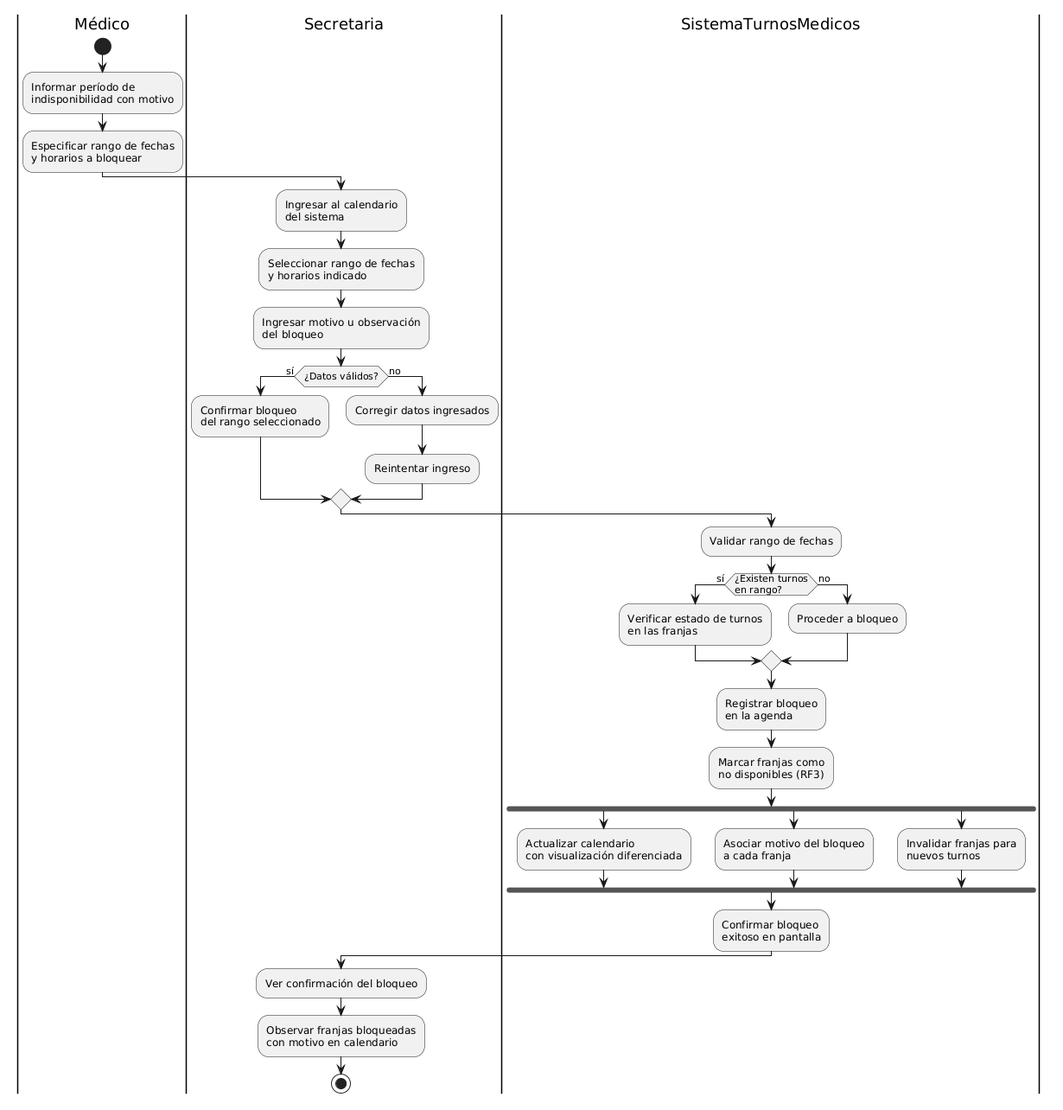
angelgc9107-lgtm/SistemaTurnosMedicos_GP6 keeps this PlantUML diagram as diagramas/04-diagramas-actividades/04-actividad-bloquear-horarios-04.png. Above is the earlier version. Its diagram source:
```plantuml
@startuml
|Médico|
start
:Informar período de\nindisponibilidad con motivo;
:Especificar rango de fechas\ny horarios a bloquear;

|Secretaria|
:Ingresar al calendario\ndel sistema;
:Seleccionar rango de fechas\ny horarios indicado;
:Ingresar motivo u observación\ndel bloqueo;

if (¿Datos válidos?) then (sí)
    :Confirmar bloqueo\ndel rango seleccionado;
else (no)
    :Corregir datos ingresados;
    :Reintentar ingreso;
endif

|SistemaTurnosMedicos|
:Validar rango de fechas;

if (¿Existen turnos\nen rango?) then (sí)
    :Verificar estado de turnos\nen las franjas;
else (no)
    :Proceder a bloqueo;
endif

:Registrar bloqueo\nen la agenda;
:Marcar franjas como\nno disponibles (RF3);

fork
    :Actualizar calendario\ncon visualización diferenciada;
fork again
    :Asociar motivo del bloqueo\na cada franja;
fork again
    :Invalidar franjas para\nnuevos turnos;
endfork

:Confirmar bloqueo\nexitoso en pantalla;

|Secretaria|
:Ver confirmación del bloqueo;
:Observar franjas bloqueadas\ncon motivo en calendario;

stop
@enduml
```
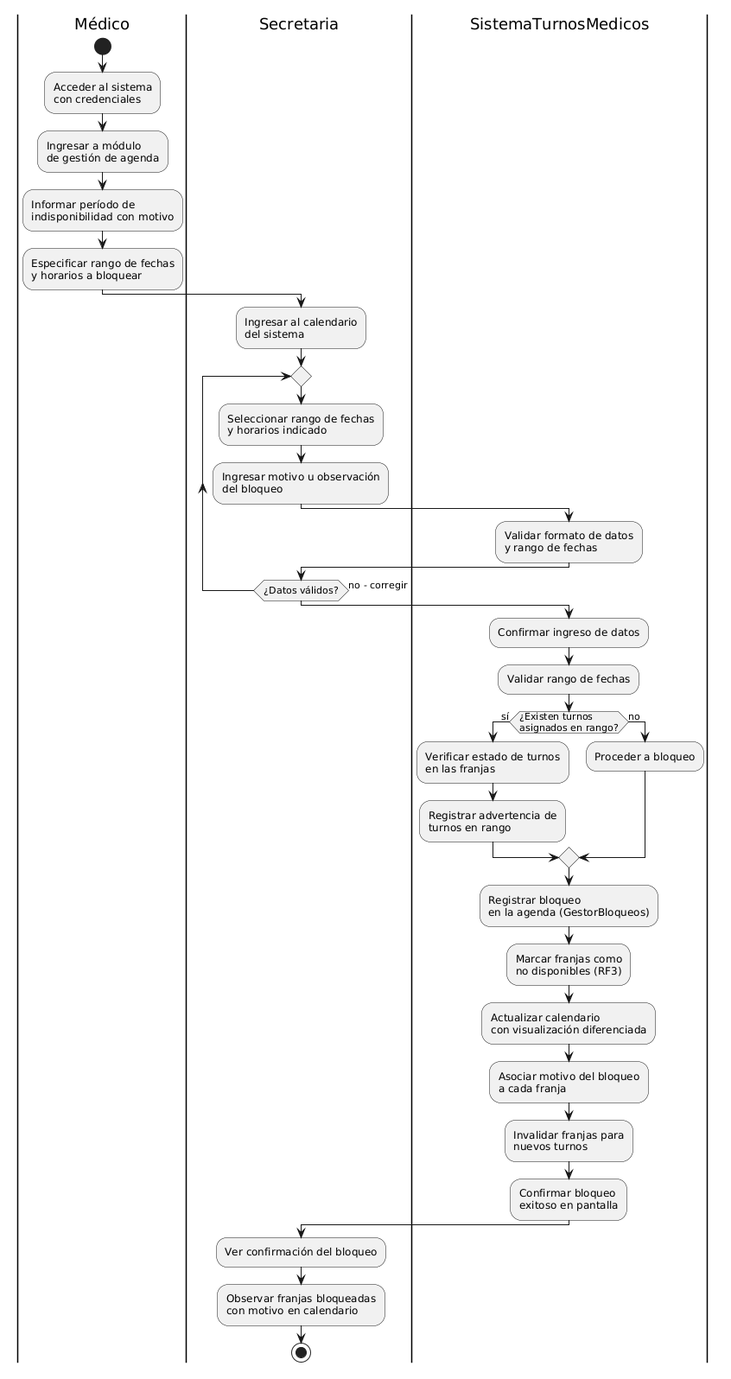
After the change.

The edit, as a diff of the source:
```diff
@@ -1,40 +1,40 @@
 @startuml
 |Médico|
 start
+:Acceder al sistema\ncon credenciales;
+:Ingresar a módulo\nde gestión de agenda;
 :Informar período de\nindisponibilidad con motivo;
 :Especificar rango de fechas\ny horarios a bloquear;
 
 |Secretaria|
 :Ingresar al calendario\ndel sistema;
-:Seleccionar rango de fechas\ny horarios indicado;
-:Ingresar motivo u observación\ndel bloqueo;
 
-if (¿Datos válidos?) then (sí)
-    :Confirmar bloqueo\ndel rango seleccionado;
-else (no)
-    :Corregir datos ingresados;
-    :Reintentar ingreso;
-endif
+repeat
+    :Seleccionar rango de fechas\ny horarios indicado;
+    :Ingresar motivo u observación\ndel bloqueo;
+
+    |SistemaTurnosMedicos|
+    :Validar formato de datos\ny rango de fechas;
+
+    |Secretaria|
+repeat while (¿Datos válidos?) is (no - corregir)
 
 |SistemaTurnosMedicos|
+:Confirmar ingreso de datos;
 :Validar rango de fechas;
 
-if (¿Existen turnos\nen rango?) then (sí)
+if (¿Existen turnos\nasignados en rango?) then (sí)
     :Verificar estado de turnos\nen las franjas;
+    :Registrar advertencia de\nturnos en rango;
 else (no)
     :Proceder a bloqueo;
 endif
 
-:Registrar bloqueo\nen la agenda;
+:Registrar bloqueo\nen la agenda (GestorBloqueos);
 :Marcar franjas como\nno disponibles (RF3);
-
-fork
-    :Actualizar calendario\ncon visualización diferenciada;
-fork again
-    :Asociar motivo del bloqueo\na cada franja;
-fork again
-    :Invalidar franjas para\nnuevos turnos;
-endfork
+:Actualizar calendario\ncon visualización diferenciada;
+:Asociar motivo del bloqueo\na cada franja;
+:Invalidar franjas para\nnuevos turnos;
 
 :Confirmar bloqueo\nexitoso en pantalla;
 
```
